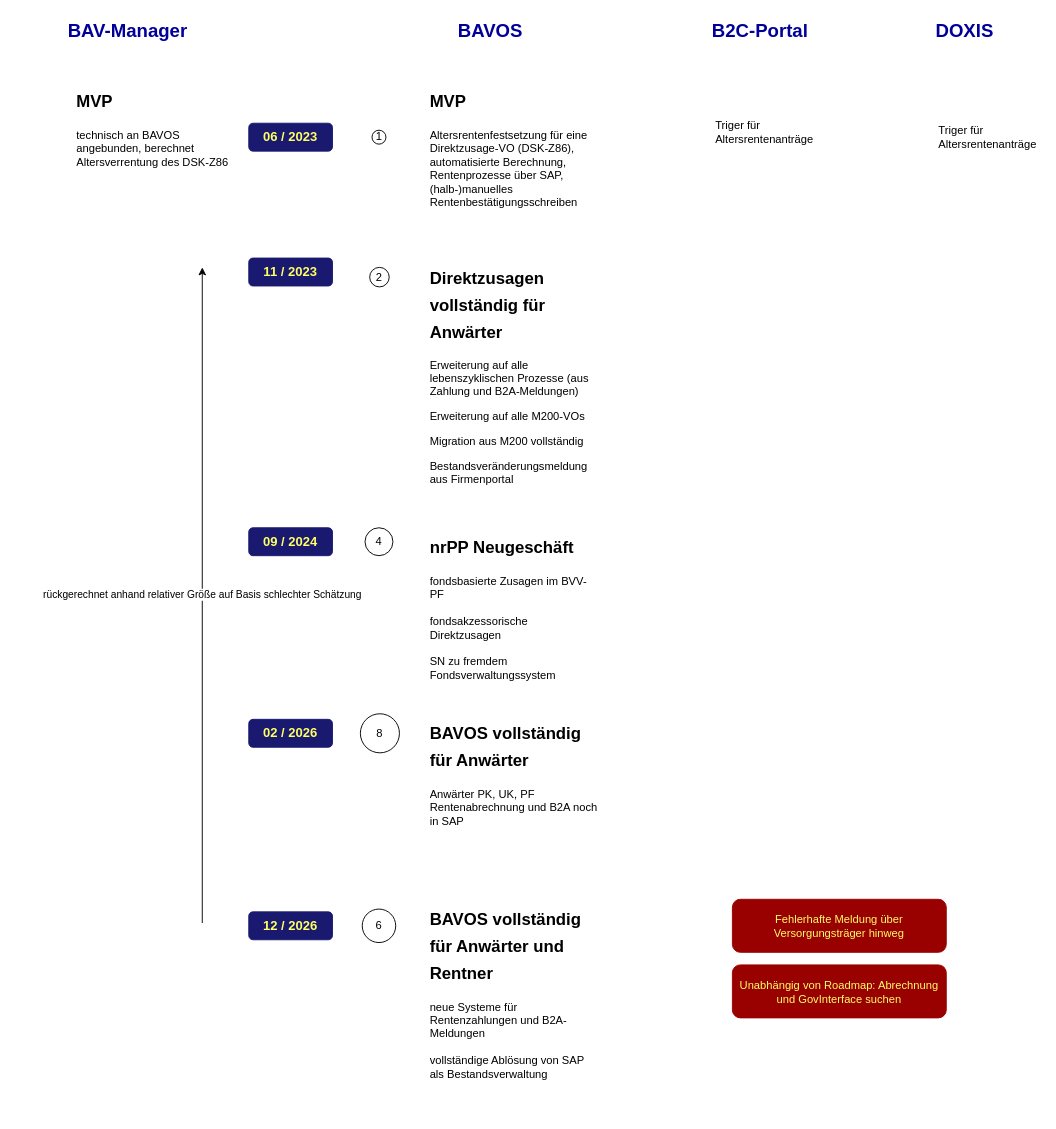
Above: ITNEXT Roadmap.drawio in tzepter/diagrams (draw.io), before the change. Source tidied: cells renumbered, new cells numbered last; positions are measured from the earlier drawing's top-left corner, leaving out a move shared by most shapes. Both pictures are drawn from the tidied source at 93%, with x=0, y=0 at pixel (53, 16).
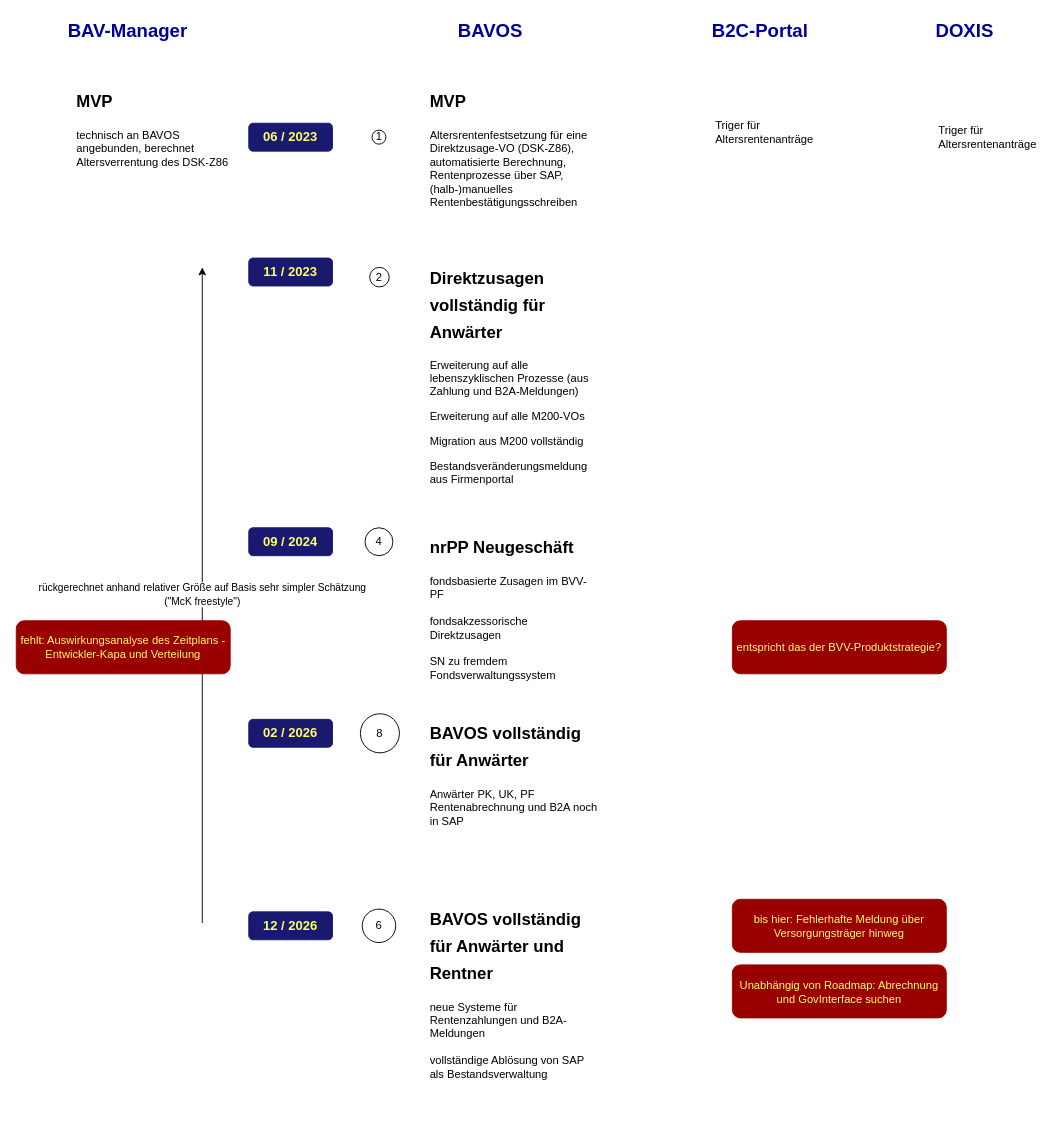
Above is the later version.

What changed in the source:
```diff
@@
-    <mxCell id="24" value="rückgerechnet anhand relativer Größe auf Basis schlechter Schätzung" style="endArrow=classic;html=1;rounded=0;" parent="1" edge="1">
+    <mxCell id="24" value="&lt;div&gt;rückgerechnet anhand relativer Größe auf Basis sehr simpler Schätzung&lt;/div&gt;&lt;div&gt;(&quot;McK freestyle&quot;)&lt;br&gt;&lt;/div&gt;" style="endArrow=classic;html=1;rounded=0;" parent="1" edge="1">
       <mxGeometry relative="1" as="geometry">
         <mxPoint x="160" y="975" as="sourcePoint" />
         <mxPoint x="160" y="270" as="targetPoint" />
       </mxGeometry>
     </mxCell>
-    <mxCell id="25" value="Fehlerhafte Meldung über Versorgungsträger hinweg" style="rounded=1;whiteSpace=wrap;html=1;fontColor=#ffff66;fillColor=#990000;strokeColor=#990000;" parent="1" vertex="1">
+    <mxCell id="25" value="bis hier: Fehlerhafte Meldung über Versorgungsträger hinweg" style="rounded=1;whiteSpace=wrap;html=1;fontColor=#ffff66;fillColor=#990000;strokeColor=#990000;" parent="1" vertex="1">
       <mxGeometry x="730" y="949.5" width="230" height="57" as="geometry" />
     </mxCell>
@@
+    <mxCell id="27" value="entspricht das der BVV-Produktstrategie?" style="rounded=1;whiteSpace=wrap;html=1;fontColor=#ffff66;fillColor=#990000;strokeColor=#990000;" parent="1" vertex="1">
+      <mxGeometry x="730" y="650" width="230" height="57" as="geometry" />
+    </mxCell>
+    <mxCell id="28" value="fehlt: Auswirkungsanalyse des Zeitplans - Entwickler-Kapa und Verteilung" style="rounded=1;whiteSpace=wrap;html=1;fontColor=#ffff66;fillColor=#990000;strokeColor=#990000;" parent="1" vertex="1">
+      <mxGeometry x="-40" y="650" width="230" height="57" as="geometry" />
+    </mxCell>
```
